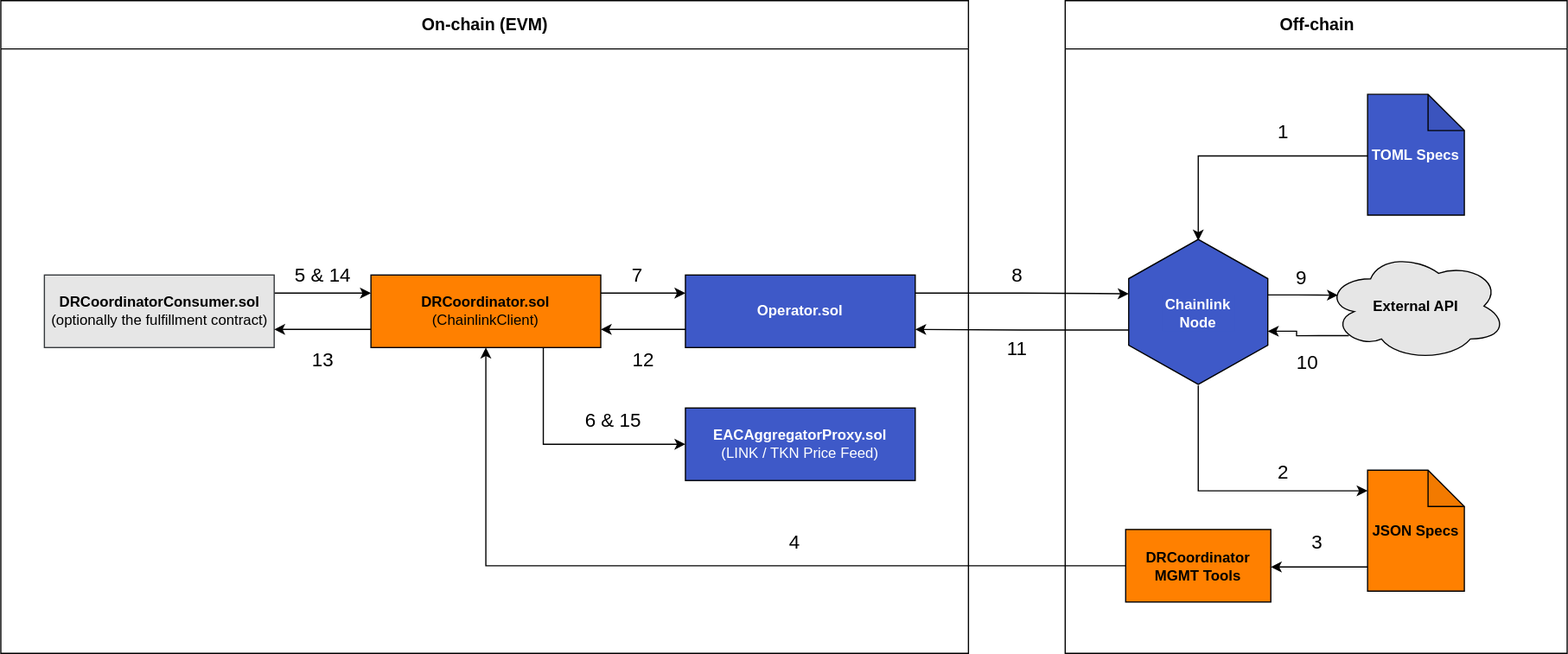
vnavascues/direct-request-coordinator keeps this draw.io diagram as images/architecture_flow.svg. Above is the earlier version. Source tidied: cells renumbered, new cells last; positions are measured from the earlier drawing's top-left corner, leaving out a move shared by most shapes. Its diagram source:
```xml
<mxGraphModel>
  <root>
    <mxCell id="0" />
    <mxCell id="1" parent="0" />
    <mxCell id="2" style="edgeStyle=orthogonalEdgeStyle;rounded=0;jettySize=auto;html=1;exitX=1;exitY=0.25;exitDx=0;exitDy=0;entryX=0;entryY=0.25;entryDx=0;entryDy=0;" parent="1" edge="1" source="3" target="7">
      <mxGeometry relative="1" as="geometry" />
    </mxCell>
    <mxCell id="3" value="&lt;b&gt;DRCoordinatorConsumer.sol&lt;/b&gt;&lt;br&gt;(optionally the fulfillment contract)" style="rounded=0;labelBackgroundColor=none;labelBorderColor=none;html=1;spacing=2;fillColor=#E6E6E6;strokeColor=#36393d;" parent="1" vertex="1">
      <mxGeometry x="36" y="227" width="190" height="60" as="geometry" />
    </mxCell>
    <mxCell id="4" style="edgeStyle=orthogonalEdgeStyle;rounded=0;jettySize=auto;html=1;exitX=1;exitY=0.25;exitDx=0;exitDy=0;entryX=0;entryY=0.25;entryDx=0;entryDy=0;" parent="1" edge="1" source="7" target="10">
      <mxGeometry relative="1" as="geometry" />
    </mxCell>
    <mxCell id="5" style="edgeStyle=orthogonalEdgeStyle;rounded=0;jettySize=auto;html=1;exitX=0;exitY=0.75;exitDx=0;exitDy=0;entryX=1;entryY=0.75;entryDx=0;entryDy=0;" parent="1" edge="1" source="7" target="3">
      <mxGeometry relative="1" as="geometry" />
    </mxCell>
    <mxCell id="6" style="edgeStyle=orthogonalEdgeStyle;rounded=0;jettySize=auto;html=1;exitX=0.75;exitY=1;exitDx=0;exitDy=0;entryX=0;entryY=0.5;entryDx=0;entryDy=0;" parent="1" edge="1" source="7" target="13">
      <mxGeometry relative="1" as="geometry" />
    </mxCell>
    <mxCell id="7" value="&lt;b&gt;DRCoordinator.sol&lt;/b&gt;&lt;br&gt;(ChainlinkClient)" style="rounded=0;whiteSpace=wrap;html=1;points=[[0,0,0,0,0],[0,0.25,0,0,0],[0,0.5,0,0,0],[0,0.75,0,0,0],[0,1,0,0,0],[0.25,0,0,0,0],[0.25,1,0,0,0],[0.5,0,0,0,0],[0.5,1,0,0,0],[0.75,0,0,0,0],[0.75,1,0,0,0],[1,0,0,0,0],[1,0.25,0,0,0],[1,0.5,0,0,0],[1,0.75,0,0,0],[1,1,0,0,0]];fillColor=#FF8000;" parent="1" vertex="1">
      <mxGeometry x="306" y="227" width="190" height="60" as="geometry" />
    </mxCell>
    <mxCell id="8" style="edgeStyle=orthogonalEdgeStyle;rounded=0;jettySize=auto;html=1;exitX=1;exitY=0.25;exitDx=0;exitDy=0;entryX=0.375;entryY=1;entryDx=0;entryDy=0;" parent="1" edge="1" source="10" target="26">
      <mxGeometry relative="1" as="geometry" />
    </mxCell>
    <mxCell id="9" style="edgeStyle=orthogonalEdgeStyle;rounded=0;jettySize=auto;html=1;exitX=0;exitY=0.75;exitDx=0;exitDy=0;entryX=1;entryY=0.75;entryDx=0;entryDy=0;" parent="1" edge="1" source="10" target="7">
      <mxGeometry relative="1" as="geometry" />
    </mxCell>
    <mxCell id="10" value="&lt;font color=&quot;#ffffff&quot;&gt;&lt;b&gt;Operator.sol&lt;/b&gt;&lt;/font&gt;" style="rounded=0;whiteSpace=wrap;html=1;fillColor=#3E59C8;" parent="1" vertex="1">
      <mxGeometry x="566" y="227" width="190" height="60" as="geometry" />
    </mxCell>
    <mxCell id="11" style="edgeStyle=orthogonalEdgeStyle;rounded=0;jettySize=auto;html=1;exitX=0.625;exitY=1;exitDx=0;exitDy=0;entryX=1;entryY=0.75;entryDx=0;entryDy=0;" parent="1" edge="1" source="26" target="10">
      <mxGeometry relative="1" as="geometry" />
    </mxCell>
    <mxCell id="12" style="edgeStyle=orthogonalEdgeStyle;rounded=0;jettySize=auto;html=1;exitX=0;exitY=0.5;exitDx=0;exitDy=0;entryX=0.5;entryY=1;entryDx=0;entryDy=0;" parent="1" edge="1" source="29" target="7">
      <mxGeometry relative="1" as="geometry" />
    </mxCell>
    <mxCell id="13" value="&lt;font color=&quot;#ffffff&quot;&gt;&lt;b&gt;EACAggregatorProxy.sol&lt;/b&gt;&lt;br&gt;(LINK / TKN Price Feed)&lt;/font&gt;" style="rounded=0;whiteSpace=wrap;html=1;fillColor=#3e59c8;" parent="1" vertex="1">
      <mxGeometry x="566" y="337" width="190" height="60" as="geometry" />
    </mxCell>
    <mxCell id="14" value="5 &amp;amp; 14" style="text;html=1;align=center;verticalAlign=middle;strokeColor=none;fillColor=none;fontStyle=0;fontSize=16;" parent="1" vertex="1">
      <mxGeometry x="236" y="217" width="60" height="20" as="geometry" />
    </mxCell>
    <mxCell id="15" value="8" style="text;html=1;align=center;verticalAlign=middle;strokeColor=none;fillColor=none;fontStyle=0;fontSize=16;" parent="1" vertex="1">
      <mxGeometry x="830" y="217" width="20" height="20" as="geometry" />
    </mxCell>
    <mxCell id="16" value="11" style="text;html=1;align=center;verticalAlign=middle;strokeColor=none;fillColor=none;fontStyle=0;fontSize=16;" parent="1" vertex="1">
      <mxGeometry x="825" y="277.5" width="30" height="20" as="geometry" />
    </mxCell>
    <mxCell id="17" value="6 &amp;amp; 15" style="text;html=1;align=center;verticalAlign=middle;strokeColor=none;fillColor=none;fontStyle=0;fontSize=16;" parent="1" vertex="1">
      <mxGeometry x="476" y="337" width="60" height="20" as="geometry" />
    </mxCell>
    <mxCell id="18" value="On-chain (EVM)" style="swimlane;labelBackgroundColor=none;labelBorderColor=none;fontSize=14;fontColor=#000000;fillColor=none;html=1;startSize=40;" parent="1" vertex="1">
      <mxGeometry width="800" height="540" as="geometry" />
    </mxCell>
    <mxCell id="19" value="4" style="text;html=1;align=center;verticalAlign=middle;strokeColor=none;fillColor=none;fontStyle=0;fontSize=16;" parent="18" vertex="1">
      <mxGeometry x="646" y="437.5" width="20" height="20" as="geometry" />
    </mxCell>
    <mxCell id="20" value="12" style="text;html=1;align=center;verticalAlign=middle;strokeColor=none;fillColor=none;fontStyle=0;fontSize=16;" parent="18" vertex="1">
      <mxGeometry x="516" y="287" width="30" height="20" as="geometry" />
    </mxCell>
    <mxCell id="21" value="7" style="text;html=1;align=center;verticalAlign=middle;strokeColor=none;fillColor=none;fontStyle=0;fontSize=16;" parent="18" vertex="1">
      <mxGeometry x="516" y="217" width="20" height="20" as="geometry" />
    </mxCell>
    <mxCell id="22" value="13" style="text;html=1;align=center;verticalAlign=middle;strokeColor=none;fillColor=none;fontStyle=0;fontSize=16;" parent="18" vertex="1">
      <mxGeometry x="251" y="287" width="30" height="20" as="geometry" />
    </mxCell>
    <mxCell id="23" value="Off-chain" style="swimlane;labelBackgroundColor=none;labelBorderColor=none;fontSize=14;fontColor=#000000;fillColor=none;html=1;startSize=40;" parent="1" vertex="1">
      <mxGeometry x="880" width="415" height="540" as="geometry" />
    </mxCell>
    <mxCell id="24" style="edgeStyle=orthogonalEdgeStyle;rounded=0;jettySize=auto;html=1;exitX=0.375;exitY=0;exitDx=0;exitDy=0;entryX=0.07;entryY=0.4;entryDx=0;entryDy=0;entryPerimeter=0;" parent="23" edge="1" target="28">
      <mxGeometry relative="1" as="geometry">
        <mxPoint x="167.5" y="243.5" as="sourcePoint" />
      </mxGeometry>
    </mxCell>
    <mxCell id="25" style="edgeStyle=orthogonalEdgeStyle;rounded=0;jettySize=auto;html=1;exitX=1;exitY=0.5;exitDx=0;exitDy=0;entryX=0;entryY=0.17;entryDx=0;entryDy=0;entryPerimeter=0;" parent="23" edge="1" target="31">
      <mxGeometry relative="1" as="geometry">
        <mxPoint x="110" y="318.5" as="sourcePoint" />
        <Array as="points">
          <mxPoint x="110" y="406" />
        </Array>
      </mxGeometry>
    </mxCell>
    <mxCell id="26" style="shape=hexagon;perimeter=hexagonPerimeter2;whiteSpace=wrap;html=1;fixedSize=1;rotation=90;size=32.5;fillColor=#3e59c8;" parent="23" vertex="1">
      <mxGeometry x="50" y="200" width="120" height="115" as="geometry" />
    </mxCell>
    <mxCell id="27" style="edgeStyle=orthogonalEdgeStyle;rounded=0;jettySize=auto;html=1;entryX=0.625;entryY=0;entryDx=0;entryDy=0;exitX=0.13;exitY=0.77;exitDx=0;exitDy=0;exitPerimeter=0;" parent="23" edge="1" source="28">
      <mxGeometry relative="1" as="geometry">
        <mxPoint x="167.5" y="273.5" as="targetPoint" />
      </mxGeometry>
    </mxCell>
    <mxCell id="28" value="&lt;b&gt;External API&lt;/b&gt;" style="ellipse;shape=cloud;whiteSpace=wrap;html=1;fillColor=#E6E6E6;" parent="23" vertex="1">
      <mxGeometry x="215" y="207.5" width="150" height="90.5" as="geometry" />
    </mxCell>
    <mxCell id="29" value="&lt;b&gt;DRCoordinator MGMT Tools&lt;/b&gt;" style="rounded=0;whiteSpace=wrap;html=1;fillColor=#FF8000;" parent="23" vertex="1">
      <mxGeometry x="50" y="437.5" width="120" height="60" as="geometry" />
    </mxCell>
    <mxCell id="30" style="edgeStyle=orthogonalEdgeStyle;rounded=0;jettySize=auto;html=1;entryX=1;entryY=0.5;entryDx=0;entryDy=0;exitX=0;exitY=0.8;exitDx=0;exitDy=0;exitPerimeter=0;" parent="23" edge="1" source="31">
      <mxGeometry relative="1" as="geometry">
        <mxPoint x="170" y="468.5" as="targetPoint" />
      </mxGeometry>
    </mxCell>
    <mxCell id="31" value="&lt;b&gt;JSON Specs&lt;/b&gt;" style="shape=note;whiteSpace=wrap;html=1;backgroundOutline=1;darkOpacity=0.05;points=[[0,0,0,0,0],[0,0.17,0,0,0],[0,0.33,0,0,0],[0,0.5,0,0,0],[0,0.67,0,0,0],[0,0.8,0,0,0],[0,1,0,0,0],[0.31,0,0,0,0],[0.5,0,0,0,0],[0.5,1,0,0,0],[0.63,0,0,0,0],[0.81,0.15,0,0,0],[1,0.3,0,0,0],[1,0.65,0,0,0],[1,1,0,0,0]];fillColor=#FF8000;" parent="23" vertex="1">
      <mxGeometry x="250" y="388.5" width="80" height="100" as="geometry" />
    </mxCell>
    <mxCell id="32" style="edgeStyle=orthogonalEdgeStyle;rounded=0;orthogonalLoop=1;jettySize=auto;html=1;exitX=0;exitY=0.5;exitDx=0;exitDy=0;exitPerimeter=0;" parent="23" edge="1">
      <mxGeometry relative="1" as="geometry">
        <mxPoint x="250" y="128.5" as="sourcePoint" />
        <mxPoint x="110" y="198.5" as="targetPoint" />
      </mxGeometry>
    </mxCell>
    <mxCell id="33" value="&lt;font color=&quot;#ffffff&quot;&gt;&lt;b&gt;TOML Specs&lt;/b&gt;&lt;/font&gt;" style="shape=note;whiteSpace=wrap;html=1;backgroundOutline=1;darkOpacity=0.05;fillColor=#3E59C8;" parent="23" vertex="1">
      <mxGeometry x="250" y="77.5" width="80" height="100" as="geometry" />
    </mxCell>
    <mxCell id="34" value="1" style="text;html=1;align=center;verticalAlign=middle;strokeColor=none;fillColor=none;fontStyle=0;fontSize=16;" parent="23" vertex="1">
      <mxGeometry x="170" y="97.5" width="20" height="20" as="geometry" />
    </mxCell>
    <mxCell id="35" value="2" style="text;html=1;align=center;verticalAlign=middle;strokeColor=none;fillColor=none;fontStyle=0;fontSize=16;" parent="23" vertex="1">
      <mxGeometry x="170" y="380" width="20" height="20" as="geometry" />
    </mxCell>
    <mxCell id="36" value="3" style="text;html=1;align=center;verticalAlign=middle;strokeColor=none;fillColor=none;fontStyle=0;fontSize=16;" parent="23" vertex="1">
      <mxGeometry x="197.5" y="437.5" width="20" height="20" as="geometry" />
    </mxCell>
    <mxCell id="37" value="9" style="text;html=1;align=center;verticalAlign=middle;strokeColor=none;fillColor=none;fontStyle=0;fontSize=16;" parent="23" vertex="1">
      <mxGeometry x="185" y="218.5" width="20" height="20" as="geometry" />
    </mxCell>
    <mxCell id="38" value="10" style="text;html=1;align=center;verticalAlign=middle;strokeColor=none;fillColor=none;fontStyle=0;fontSize=16;" parent="23" vertex="1">
      <mxGeometry x="185" y="288.5" width="30" height="20" as="geometry" />
    </mxCell>
    <mxCell id="39" value="Chainlink Node" style="text;html=1;strokeColor=none;fillColor=#3e59c8;align=center;verticalAlign=middle;whiteSpace=wrap;rounded=0;labelBackgroundColor=none;labelBorderColor=none;fontSize=12;fontColor=#FFFFFF;fontStyle=1;" parent="23" vertex="1">
      <mxGeometry x="80" y="243.5" width="60" height="30" as="geometry" />
    </mxCell>
  </root>
</mxGraphModel>
```
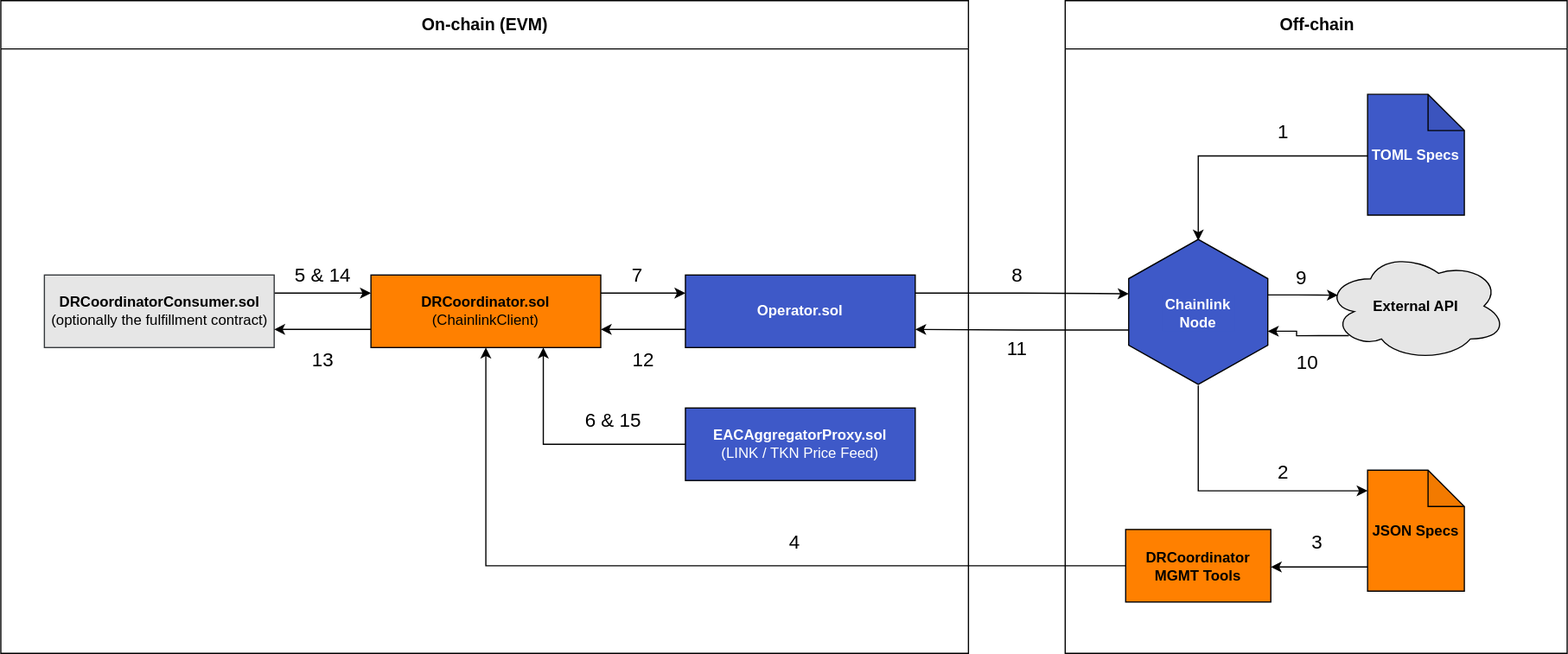
Later version of the same file.

The edit, as a diff of the source:
```diff
@@ -14,9 +14,6 @@
     <mxCell id="5" style="edgeStyle=orthogonalEdgeStyle;rounded=0;jettySize=auto;html=1;exitX=0;exitY=0.75;exitDx=0;exitDy=0;entryX=1;entryY=0.75;entryDx=0;entryDy=0;" parent="1" edge="1" source="7" target="3">
       <mxGeometry relative="1" as="geometry" />
     </mxCell>
-    <mxCell id="6" style="edgeStyle=orthogonalEdgeStyle;rounded=0;jettySize=auto;html=1;exitX=0.75;exitY=1;exitDx=0;exitDy=0;entryX=0;entryY=0.5;entryDx=0;entryDy=0;" parent="1" edge="1" source="7" target="13">
-      <mxGeometry relative="1" as="geometry" />
-    </mxCell>
     <mxCell id="7" value="&lt;b&gt;DRCoordinator.sol&lt;/b&gt;&lt;br&gt;(ChainlinkClient)" style="rounded=0;whiteSpace=wrap;html=1;points=[[0,0,0,0,0],[0,0.25,0,0,0],[0,0.5,0,0,0],[0,0.75,0,0,0],[0,1,0,0,0],[0.25,0,0,0,0],[0.25,1,0,0,0],[0.5,0,0,0,0],[0.5,1,0,0,0],[0.75,0,0,0,0],[0.75,1,0,0,0],[1,0,0,0,0],[1,0.25,0,0,0],[1,0.5,0,0,0],[1,0.75,0,0,0],[1,1,0,0,0]];fillColor=#FF8000;" parent="1" vertex="1">
       <mxGeometry x="306" y="227" width="190" height="60" as="geometry" />
     </mxCell>
@@ -35,6 +32,9 @@
     <mxCell id="12" style="edgeStyle=orthogonalEdgeStyle;rounded=0;jettySize=auto;html=1;exitX=0;exitY=0.5;exitDx=0;exitDy=0;entryX=0.5;entryY=1;entryDx=0;entryDy=0;" parent="1" edge="1" source="29" target="7">
       <mxGeometry relative="1" as="geometry" />
     </mxCell>
+    <mxCell id="40" style="edgeStyle=orthogonalEdgeStyle;rounded=0;jettySize=auto;html=1;exitX=0;exitY=0.5;exitDx=0;exitDy=0;entryX=0.75;entryY=1;entryDx=0;entryDy=0;entryPerimeter=0;" parent="1" edge="1" source="13" target="7">
+      <mxGeometry relative="1" as="geometry" />
+    </mxCell>
     <mxCell id="13" value="&lt;font color=&quot;#ffffff&quot;&gt;&lt;b&gt;EACAggregatorProxy.sol&lt;/b&gt;&lt;br&gt;(LINK / TKN Price Feed)&lt;/font&gt;" style="rounded=0;whiteSpace=wrap;html=1;fillColor=#3e59c8;" parent="1" vertex="1">
       <mxGeometry x="566" y="337" width="190" height="60" as="geometry" />
     </mxCell>
```
